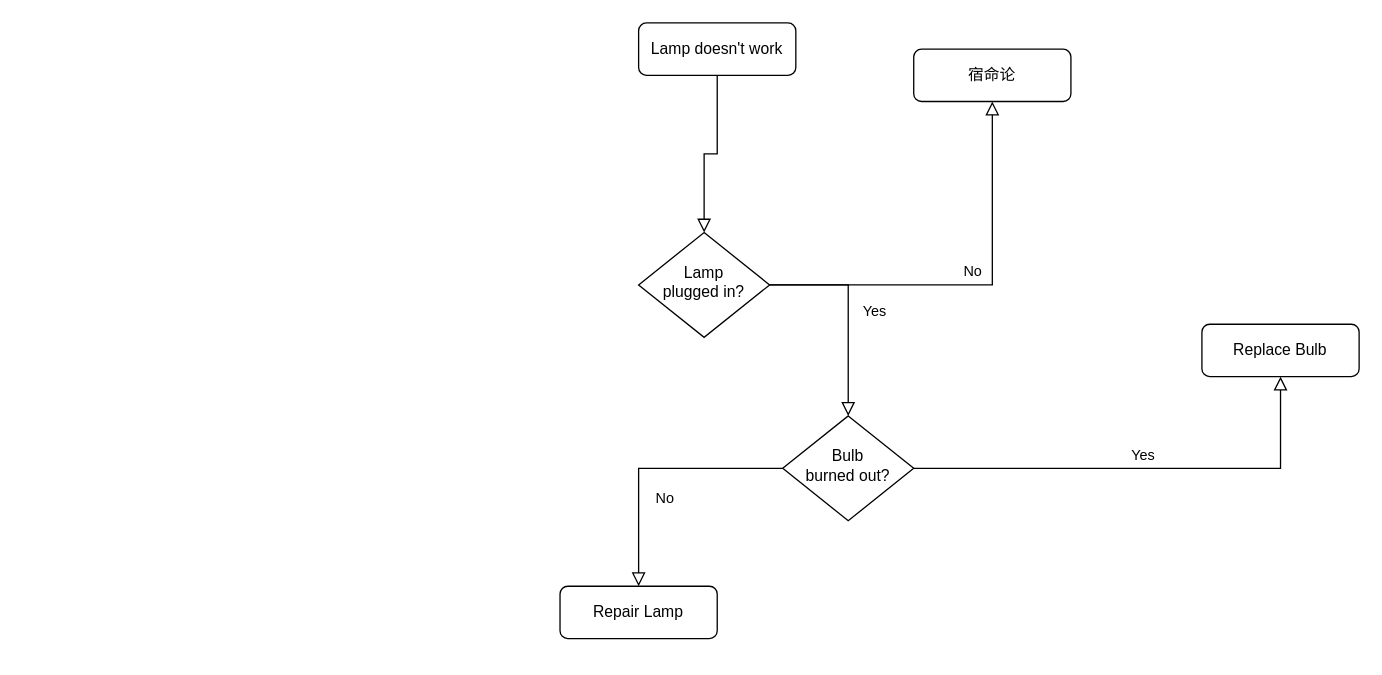
The draw.io diagram 未命名绘图.drawio in smlsix/smlsix, before the edit. Source tidied: cells renumbered, new cells numbered last; positions are measured from the earlier drawing's top-left corner, leaving out a move shared by most shapes. Both pictures are drawn from the tidied source at 131%, with x=0, y=0 at pixel (559, 22).
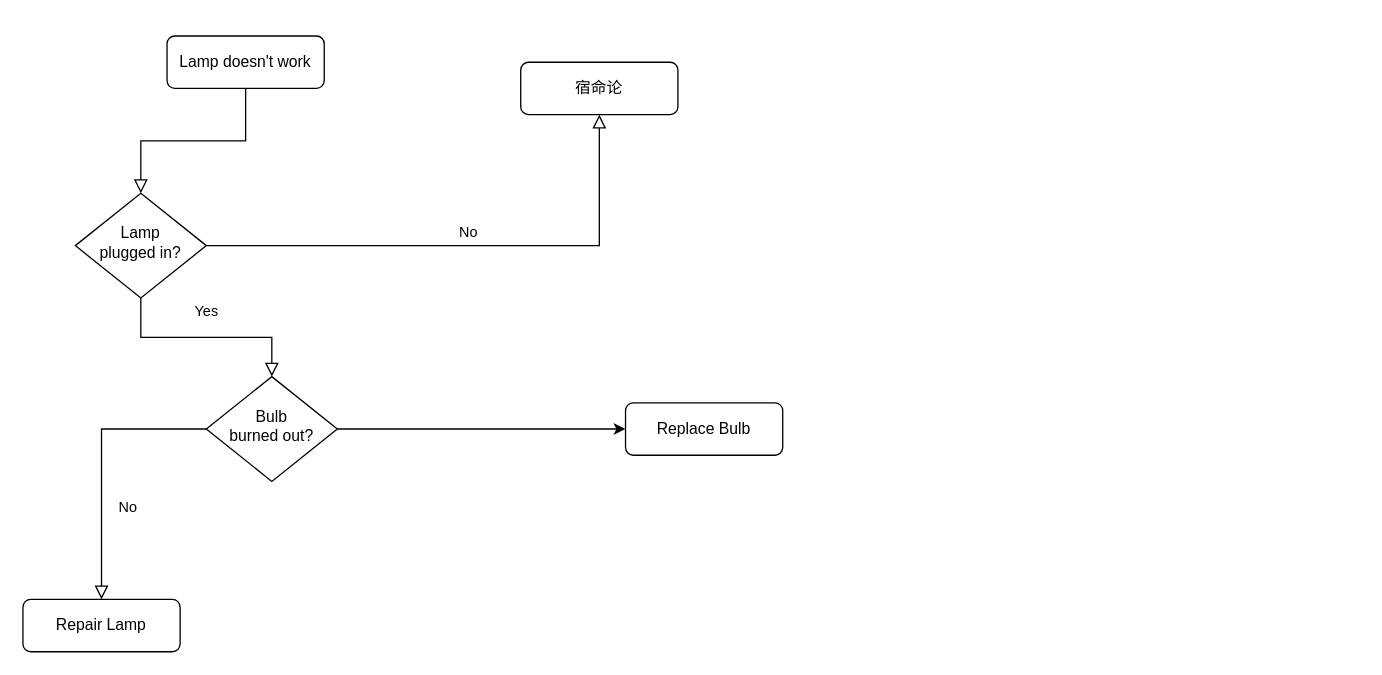
Above is the later version.

Commit message:
更新未命名绘图.drawio

Change to the diagram source:
```diff
@@
 <mxGraphModel>
   <root>
     <mxCell id="0" />
     <mxCell id="1" parent="0" />
     <mxCell id="2" style="rounded=0;html=1;jettySize=auto;fontSize=11;endArrow=block;endFill=0;endSize=8;strokeWidth=1;shadow=0;labelBackgroundColor=none;edgeStyle=orthogonalEdgeStyle;" parent="1" edge="1" source="3" target="6">
       <mxGeometry relative="1" as="geometry" />
     </mxCell>
     <mxCell id="3" value="Lamp doesn't work" style="rounded=1;whiteSpace=wrap;html=1;fontSize=12;glass=0;strokeWidth=1;shadow=0;" parent="1" vertex="1">
-      <mxGeometry x="60" width="120" height="40" as="geometry" />
+      <mxGeometry x="-300" y="10" width="120" height="40" as="geometry" />
     </mxCell>
     <mxCell id="4" value="Yes" style="rounded=0;html=1;jettySize=auto;fontSize=11;endArrow=block;endFill=0;endSize=8;strokeWidth=1;shadow=0;labelBackgroundColor=none;edgeStyle=orthogonalEdgeStyle;" parent="1" edge="1" source="6" target="10">
       <mxGeometry y="20" relative="1" as="geometry" />
     </mxCell>
     <mxCell id="5" value="No" style="edgeStyle=orthogonalEdgeStyle;rounded=0;html=1;jettySize=auto;fontSize=11;endArrow=block;endFill=0;endSize=8;strokeWidth=1;shadow=0;labelBackgroundColor=none;" parent="1" edge="1" source="6" target="7">
       <mxGeometry y="10" relative="1" as="geometry" />
     </mxCell>
     <mxCell id="6" value="Lamp&lt;br&gt;plugged in?" style="rhombus;whiteSpace=wrap;html=1;shadow=0;fontFamily=Helvetica;fontSize=12;align=center;strokeWidth=1;spacing=6;spacingTop=-4;" parent="1" vertex="1">
-      <mxGeometry x="60" y="160" width="100" height="80" as="geometry" />
+      <mxGeometry x="-370" y="130" width="100" height="80" as="geometry" />
     </mxCell>
     <mxCell id="7" value="宿命论" style="rounded=1;whiteSpace=wrap;html=1;fontSize=12;glass=0;strokeWidth=1;shadow=0;" parent="1" vertex="1">
-      <mxGeometry x="270" y="20" width="120" height="40" as="geometry" />
+      <mxGeometry x="-30" y="30" width="120" height="40" as="geometry" />
     </mxCell>
     <mxCell id="8" value="No" style="rounded=0;html=1;jettySize=auto;fontSize=11;endArrow=block;endFill=0;endSize=8;strokeWidth=1;shadow=0;labelBackgroundColor=none;edgeStyle=orthogonalEdgeStyle;" parent="1" edge="1" source="10" target="11">
       <mxGeometry x="0.33" y="20" relative="1" as="geometry" />
     </mxCell>
-    <mxCell id="9" value="Yes" style="edgeStyle=orthogonalEdgeStyle;rounded=0;html=1;jettySize=auto;fontSize=11;endArrow=block;endFill=0;endSize=8;strokeWidth=1;shadow=0;labelBackgroundColor=none;" parent="1" edge="1" source="10" target="12">
-      <mxGeometry y="10" relative="1" as="geometry" />
-    </mxCell>
     <mxCell id="10" value="Bulb&lt;br&gt;burned out?" style="rhombus;whiteSpace=wrap;html=1;shadow=0;fontFamily=Helvetica;fontSize=12;align=center;strokeWidth=1;spacing=6;spacingTop=-4;" parent="1" vertex="1">
-      <mxGeometry x="170" y="300" width="100" height="80" as="geometry" />
+      <mxGeometry x="-270" y="270" width="100" height="80" as="geometry" />
     </mxCell>
     <mxCell id="11" value="Repair Lamp" style="rounded=1;whiteSpace=wrap;html=1;fontSize=12;glass=0;strokeWidth=1;shadow=0;" parent="1" vertex="1">
-      <mxGeometry y="430" width="120" height="40" as="geometry" />
+      <mxGeometry x="-410" y="440" width="120" height="40" as="geometry" />
     </mxCell>
-    <mxCell id="12" value="Replace Bulb" style="rounded=1;whiteSpace=wrap;html=1;fontSize=12;glass=0;strokeWidth=1;shadow=0;" parent="1" vertex="1">
-      <mxGeometry x="490" y="230" width="120" height="40" as="geometry" />
+    <mxCell id="12" value="Replace Bulb" style="rounded=1;whiteSpace=wrap;html=1;fontSize=12;glass=0;strokeWidth=1;shadow=0;points=[[0,0,0,0,0],[0,0.25,0,0,0],[0,0.5,0,0,0],[0,0.75,0,0,0],[0,1,0,0,0],[0.25,0,0,0,0],[0.25,1,0,0,0],[0.5,0,0,0,0],[0.5,1,0,0,0],[0.75,0,0,0,0],[0.75,1,0,0,0],[1,0,0,0,0],[1,0.25,0,0,0],[1,0.5,0,0,0],[1,0.75,0,0,0],[1,1,0,0,0]];" parent="1" vertex="1">
+      <mxGeometry x="50" y="290" width="120" height="40" as="geometry" />
     </mxCell>
+    <mxCell id="9" style="endArrow=classic;html=1;rounded=0;entryX=0;entryY=0.5;entryDx=0;entryDy=0;entryPerimeter=0;exitX=1;exitY=0.5;exitDx=0;exitDy=0;" parent="1" edge="1" source="10" target="12">
+      <mxGeometry relative="1" as="geometry" />
+    </mxCell>
   </root>
 </mxGraphModel>
```
